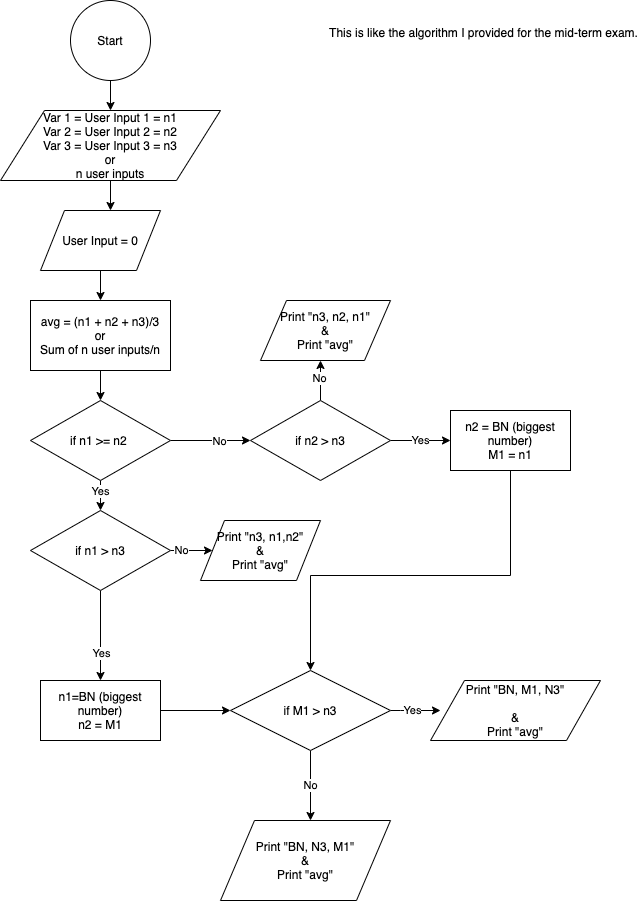
Above: Final-Question1.png in faridvahedi/Flowcharts (draw.io), before the change. Source tidied: cells renumbered, new cells last; positions are measured from the earlier drawing's top-left corner, leaving out a move shared by most shapes.
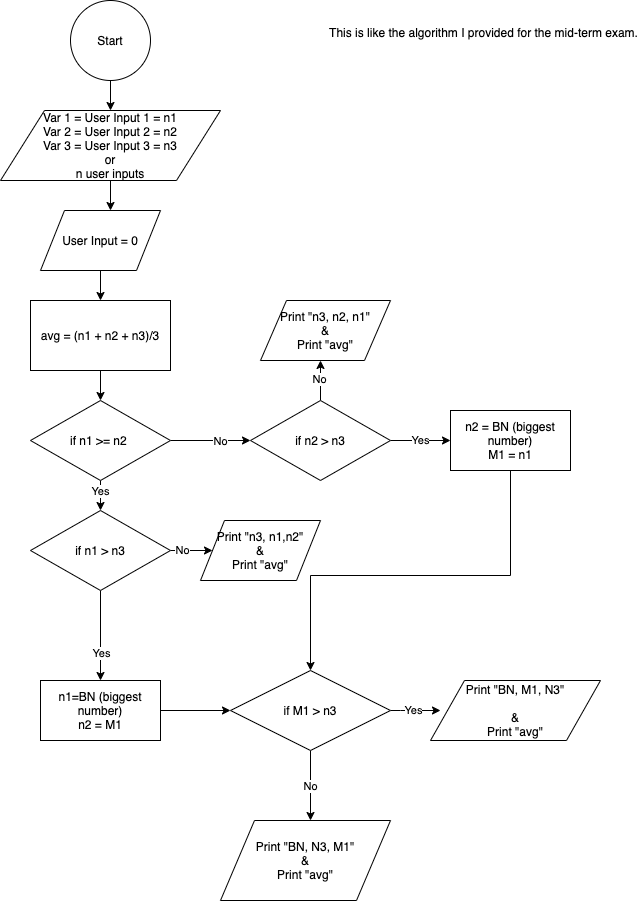
Above is the later version.

Change to the diagram source:
```diff
@@ -31,7 +31,7 @@
         <mxPoint x="100" y="400" as="targetPoint" />
       </mxGeometry>
     </mxCell>
-    <mxCell id="9" value="avg = (n1 + n2 + n3)/3&lt;br&gt;or&lt;br&gt;Sum of n user inputs/n" style="rounded=0;whiteSpace=wrap;html=1;" parent="1" vertex="1">
+    <mxCell id="9" value="avg = (n1 + n2 + n3)/3" style="rounded=0;whiteSpace=wrap;html=1;" parent="1" vertex="1">
       <mxGeometry x="30" y="300" width="140" height="70" as="geometry" />
     </mxCell>
     <mxCell id="10" style="edgeStyle=orthogonalEdgeStyle;rounded=0;jettySize=auto;html=1;" parent="1" edge="1" source="14">
```
